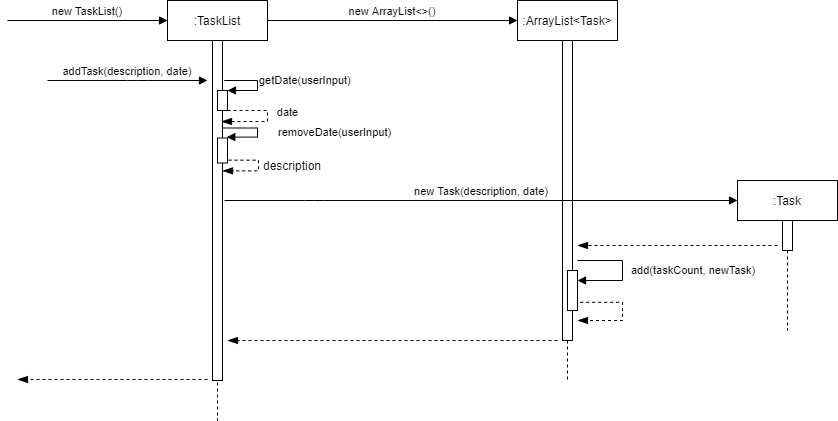
Before: docs/media/TaskListSequenceDiagram.png, a diagram exported from draw.io (yapjoonsiong/tp). Source tidied: cells renumbered, new cells last; positions are measured from the earlier drawing's top-left corner, leaving out a move shared by most shapes.
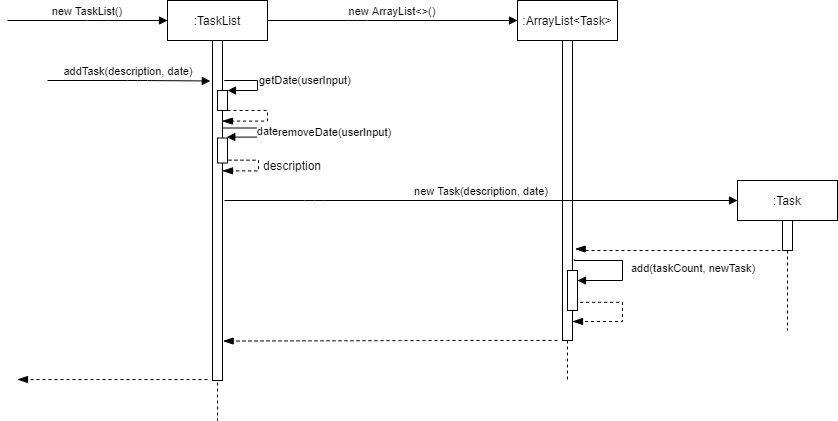
The same file after the commit.

Commit message:
update sequence diagram

What changed in the source:
```diff
@@ -34,10 +34,9 @@
         </Array>
       </mxGeometry>
     </mxCell>
-    <mxCell id="8" value="date" style="html=1;verticalAlign=bottom;endArrow=blockThin;dashed=1;endSize=8;rounded=0;edgeStyle=orthogonalEdgeStyle;endFill=1;" parent="2" edge="1">
+    <mxCell id="8" value="date" style="html=1;verticalAlign=bottom;endArrow=blockThin;dashed=1;endSize=8;rounded=0;edgeStyle=orthogonalEdgeStyle;endFill=1;entryX=0.98;entryY=0.237;entryDx=0;entryDy=0;entryPerimeter=0;" parent="2" edge="1" target="3">
       <mxGeometry x="0.05" y="-20" relative="1" as="geometry">
         <mxPoint x="60" y="110" as="sourcePoint" />
-        <mxPoint x="54" y="121" as="targetPoint" />
         <Array as="points">
           <mxPoint x="100" y="110" />
           <mxPoint x="100" y="121" />
@@ -62,10 +61,9 @@
     <mxCell id="11" style="perimeter=orthogonalPerimeter;rounded=0;shadow=0;strokeWidth=1;" parent="10" vertex="1">
       <mxGeometry x="45" y="40" width="10" height="30" as="geometry" />
     </mxCell>
-    <mxCell id="12" value="addTask(description, date)" style="verticalAlign=bottom;endArrow=block;shadow=0;strokeWidth=1;" parent="1" edge="1">
+    <mxCell id="12" value="addTask(description, date)" style="verticalAlign=bottom;endArrow=block;shadow=0;strokeWidth=1;entryX=-0.22;entryY=0.119;entryDx=0;entryDy=0;entryPerimeter=0;" parent="1" edge="1" target="3">
       <mxGeometry relative="1" as="geometry">
         <mxPoint x="40" y="80" as="sourcePoint" />
-        <mxPoint x="200" y="80" as="targetPoint" />
         <Array as="points">
           <mxPoint x="130" y="80" />
         </Array>
@@ -95,21 +93,20 @@
     </mxCell>
     <mxCell id="18" style="html=1;verticalAlign=bottom;endArrow=blockThin;dashed=1;endSize=8;rounded=0;edgeStyle=orthogonalEdgeStyle;exitX=1.267;exitY=0.795;exitDx=0;exitDy=0;exitPerimeter=0;endFill=1;" parent="15" edge="1" source="17">
       <mxGeometry x="0.09" y="-30" relative="1" as="geometry">
-        <mxPoint x="60" y="320" as="targetPoint" />
+        <mxPoint x="55" y="321" as="targetPoint" />
         <Array as="points">
           <mxPoint x="105" y="302" />
-          <mxPoint x="105" y="320" />
+          <mxPoint x="105" y="321" />
         </Array>
         <mxPoint x="30" y="30" as="offset" />
       </mxGeometry>
     </mxCell>
-    <mxCell id="19" style="html=1;verticalAlign=bottom;endArrow=blockThin;dashed=1;endSize=8;rounded=0;edgeStyle=orthogonalEdgeStyle;endFill=1;" parent="1" edge="1">
+    <mxCell id="19" style="html=1;verticalAlign=bottom;endArrow=blockThin;dashed=1;endSize=8;rounded=0;edgeStyle=orthogonalEdgeStyle;endFill=1;entryX=1.26;entryY=0.695;entryDx=0;entryDy=0;entryPerimeter=0;" parent="1" edge="1" target="16">
       <mxGeometry x="0.17" y="-10" relative="1" as="geometry">
-        <mxPoint x="770" y="245" as="sourcePoint" />
-        <mxPoint x="570" y="245" as="targetPoint" />
+        <mxPoint x="773" y="250" as="sourcePoint" />
         <Array as="points">
-          <mxPoint x="630" y="245" />
-          <mxPoint x="630" y="245" />
+          <mxPoint x="570" y="250" />
+          <mxPoint x="570" y="249" />
         </Array>
       </mxGeometry>
     </mxCell>
@@ -131,12 +128,10 @@
         </Array>
       </mxGeometry>
     </mxCell>
-    <mxCell id="22" style="html=1;verticalAlign=bottom;endArrow=blockThin;dashed=1;endSize=8;rounded=0;edgeStyle=orthogonalEdgeStyle;endFill=1;" parent="1" edge="1">
+    <mxCell id="22" style="html=1;verticalAlign=bottom;endArrow=blockThin;dashed=1;endSize=8;rounded=0;edgeStyle=orthogonalEdgeStyle;endFill=1;entryX=1.06;entryY=0.884;entryDx=0;entryDy=0;entryPerimeter=0;" parent="1" edge="1" target="3">
       <mxGeometry y="-10" relative="1" as="geometry">
         <mxPoint x="550" y="340" as="sourcePoint" />
-        <mxPoint x="220" y="340" as="targetPoint" />
         <Array as="points">
-          <mxPoint x="440" y="340" />
           <mxPoint x="440" y="340" />
         </Array>
       </mxGeometry>
@@ -150,11 +145,11 @@
         </Array>
       </mxGeometry>
     </mxCell>
-    <mxCell id="24" value="add(taskCount, newTask)" style="edgeStyle=orthogonalEdgeStyle;html=1;align=left;spacingLeft=2;endArrow=block;rounded=0;" parent="1" edge="1">
+    <mxCell id="24" value="add(taskCount, newTask)" style="edgeStyle=orthogonalEdgeStyle;html=1;align=left;spacingLeft=2;endArrow=block;rounded=0;exitX=1.18;exitY=0.73;exitDx=0;exitDy=0;exitPerimeter=0;" parent="1" edge="1" source="16">
       <mxGeometry y="5" relative="1" as="geometry">
-        <mxPoint x="570" y="260" as="sourcePoint" />
         <mxPoint x="570" y="280" as="targetPoint" />
         <Array as="points">
+          <mxPoint x="567" y="260" />
           <mxPoint x="615" y="260" />
           <mxPoint x="615" y="280" />
         </Array>
```
